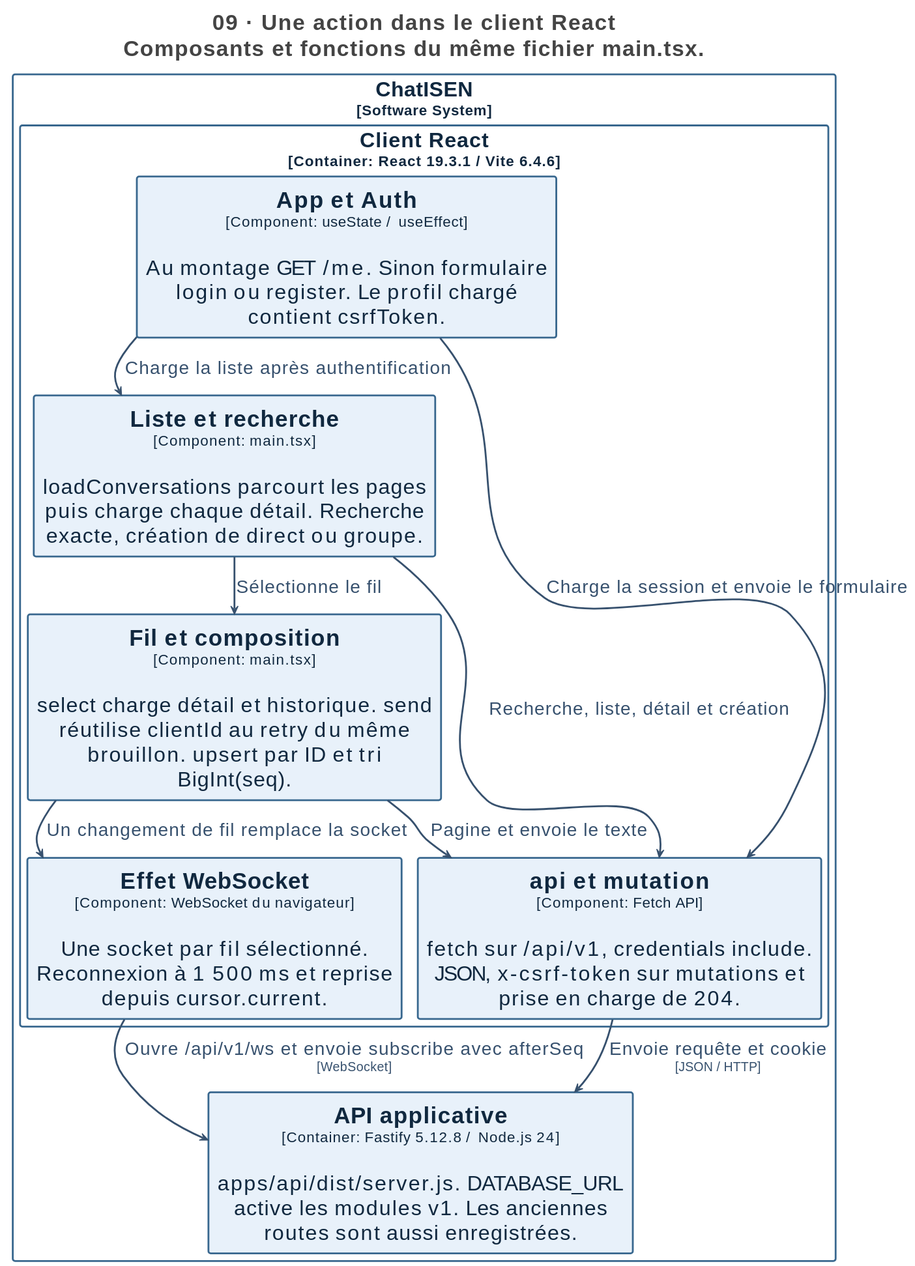
Above: docs/architecture/svg/09-interface-react.svg in Zayonx-0/ChatISEN (PlantUML), before the change.
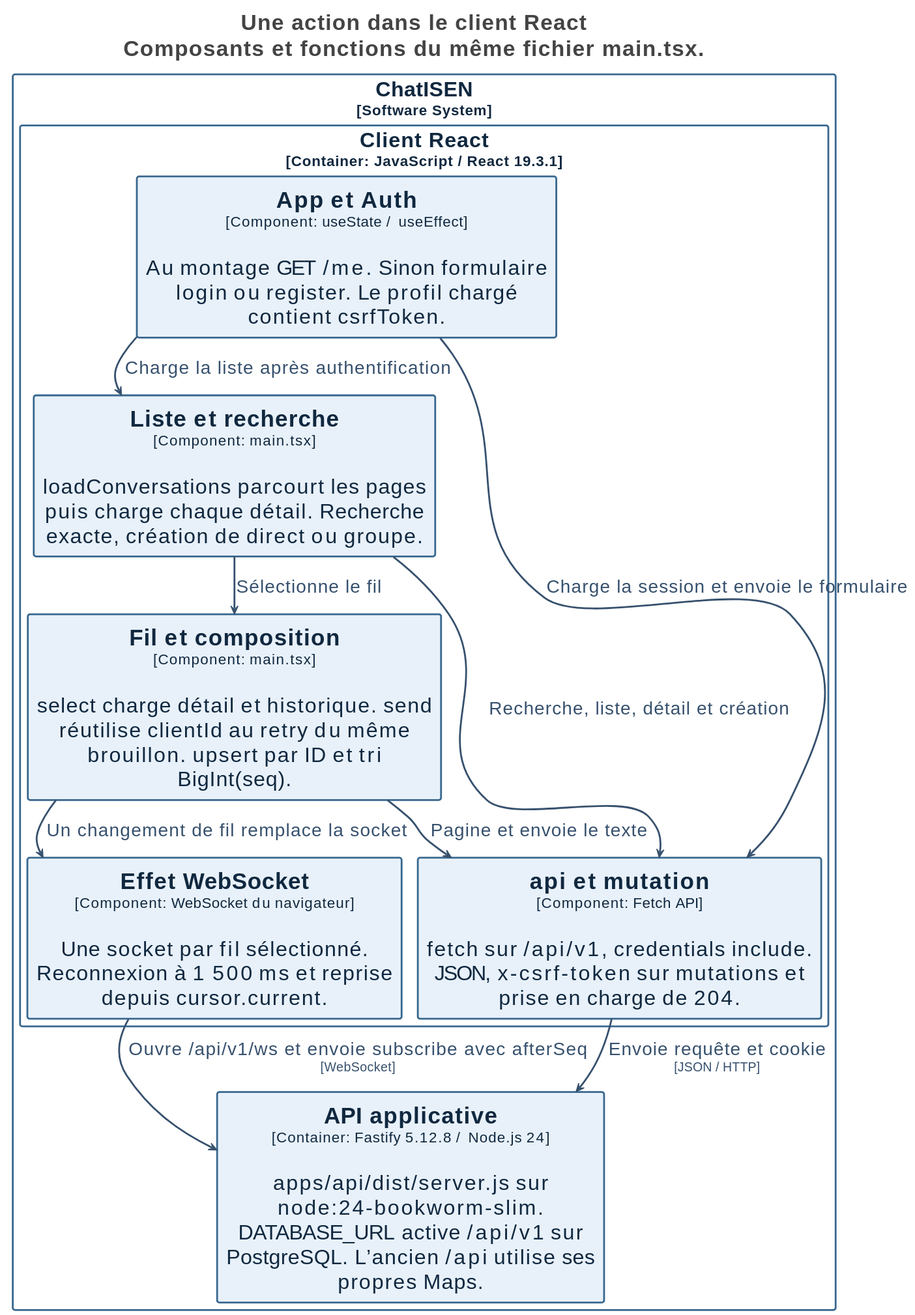
The same file after the commit.

Change to the diagram source:
```diff
@@ -1,7 +1,7 @@
 @startuml
 !pragma layout smetana
 skinparam backgroundColor white
-title <size:24>09 · Une action dans le client React</size>\n<size:24>Composants et fonctions du même fichier main.tsx.</size>
+title <size:24>Une action dans le client React</size>\n<size:24>Composants et fonctions du même fichier main.tsx.</size>
 
 set separator none
 top to bottom direction
@@ -59,7 +59,7 @@
 </style>
 
 rectangle "ChatISEN\n<size:16>[Software System]</size>" <<Boundary-Q2hhdElTRU4=>> {
-  rectangle "Client React\n<size:16>[Container: React 19.3.1 / Vite 6.4.6]</size>" <<Boundary-Q2xpZW50IFJlYWN0>> {
+  rectangle "Client React\n<size:16>[Container: JavaScript / React 19.3.1]</size>" <<Boundary-Q2xpZW50IFJlYWN0>> {
     rectangle "==App et Auth\n<size:16>[Component: useState / useEffect]</size>\n\nAu montage GET /me. Sinon formulaire login ou register. Le profil chargé contient csrfToken." <<Element-RWxlbWVudA==>> as ChatISEN.ClientReact.AppetAuth
     rectangle "==Liste et recherche\n<size:16>[Component: main.tsx]</size>\n\nloadConversations parcourt les pages puis charge chaque détail. Recherche exacte, création de direct ou groupe." <<Element-RWxlbWVudA==>> as ChatISEN.ClientReact.Listeetrecherche
     rectangle "==Fil et composition\n<size:16>[Component: main.tsx]</size>\n\nselect charge détail et historique. send réutilise clientId au retry du même brouillon. upsert par ID et tri BigInt(seq)." <<Element-RWxlbWVudA==>> as ChatISEN.ClientReact.Filetcomposition
@@ -67,7 +67,7 @@
     rectangle "==api et mutation\n<size:16>[Component: Fetch API]</size>\n\nfetch sur /api/v1, credentials include. JSON, x-csrf-token sur mutations et prise en charge de 204." <<Element-RWxlbWVudA==>> as ChatISEN.ClientReact.apietmutation
   }
 
-  rectangle "==API applicative\n<size:16>[Container: Fastify 5.12.8 / Node.js 24]</size>\n\napps/api/dist/server.js. DATABASE_URL active les modules v1. Les anciennes routes sont aussi enregistrées." <<Element-RWxlbWVudA==>> as ChatISEN.APIapplicative
+  rectangle "==API applicative\n<size:16>[Container: Fastify 5.12.8 / Node.js 24]</size>\n\napps/api/dist/server.js sur node:24-bookworm-slim. DATABASE_URL active /api/v1 sur PostgreSQL. L’ancien /api utilise ses propres Maps." <<Element-RWxlbWVudA==>> as ChatISEN.APIapplicative
 }
 
 ChatISEN.ClientReact.AppetAuth --> ChatISEN.ClientReact.apietmutation <<Relationship-UmVsYXRpb25zaGlw>> : "Charge la session et envoie le formulaire"
```
